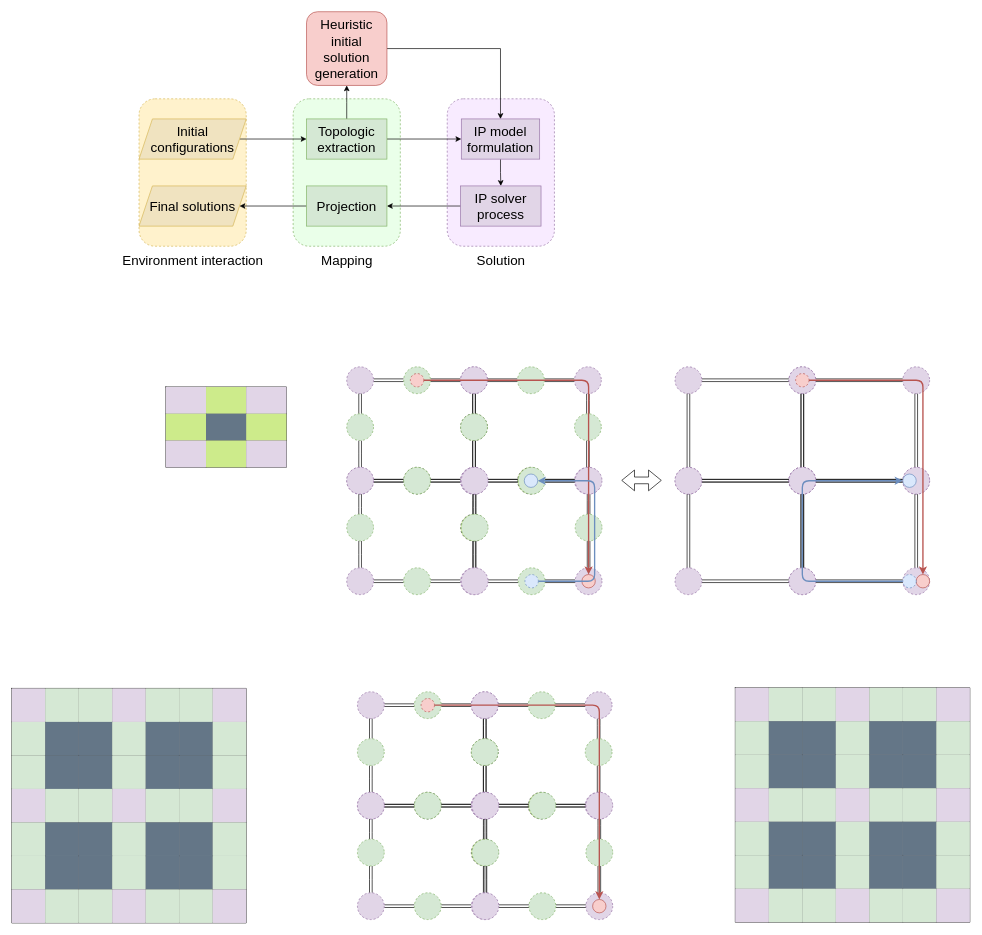
Above: OWIP.drawio in HUOJIAXI/A-high-efficient-and-collision-free-algorithm-for-multi-robot-path-planning-in-narrow-passage-env (draw.io), before the change. Source tidied: cells renumbered, new cells numbered last; positions are measured from the earlier drawing's top-left corner, leaving out a move shared by most shapes. Both pictures are drawn from the tidied source at 67%, with x=0, y=0 at pixel (11, 11).
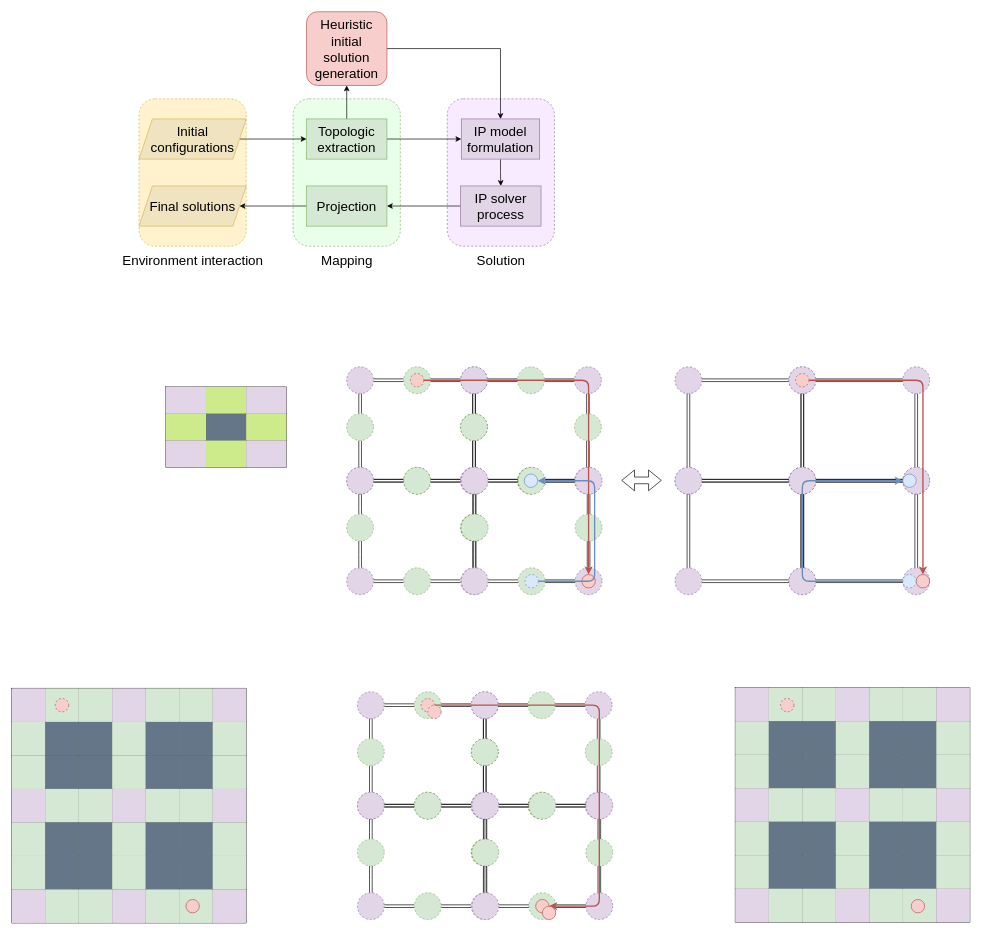
The same page after the edit.

The change refers to these unchanged cells:
```xml
<mxCell id="208" style="ellipse;whiteSpace=wrap;html=1;fillColor=#f8cecc;strokeColor=#b85450;dashed=1;" parent="1" vertex="1">
  <mxGeometry x="611" y="1025" width="20" height="20" as="geometry" />
</mxCell>
```

Diff of the diagram source:
```diff
@@
     <mxCell id="209" style="ellipse;whiteSpace=wrap;html=1;fillColor=#f8cecc;strokeColor=#b85450;" parent="1" vertex="1">
-      <mxGeometry x="867" y="1325" width="20" height="20" as="geometry" />
+      <mxGeometry x="782" y="1325" width="20" height="20" as="geometry" />
     </mxCell>
-    <mxCell id="210" style="endArrow=classic;html=1;exitX=1;exitY=0.5;exitDx=0;exitDy=0;entryX=0.5;entryY=0;entryDx=0;entryDy=0;fillColor=#f8cecc;strokeColor=#b85450;strokeWidth=2;" parent="1" edge="1" source="208" target="209">
+    <mxCell id="210" style="endArrow=classic;html=1;exitX=1;exitY=0.5;exitDx=0;exitDy=0;entryX=1;entryY=0.5;entryDx=0;entryDy=0;fillColor=#f8cecc;strokeColor=#b85450;strokeWidth=2;" parent="1" edge="1" source="208" target="209">
       <mxGeometry relative="1" as="geometry">
         <Array as="points">
           <mxPoint x="877" y="1035" />
+          <mxPoint x="877" y="1335" />
         </Array>
       </mxGeometry>
     </mxCell>
@@
+    <mxCell id="325" style="ellipse;whiteSpace=wrap;html=1;fillColor=#f8cecc;strokeColor=#b85450;dashed=1;" parent="1" vertex="1">
+      <mxGeometry x="65" y="1025" width="20" height="20" as="geometry" />
+    </mxCell>
+    <mxCell id="326" style="ellipse;whiteSpace=wrap;html=1;fillColor=#f8cecc;strokeColor=#b85450;" parent="1" vertex="1">
+      <mxGeometry x="260" y="1325" width="20" height="20" as="geometry" />
+    </mxCell>
+    <mxCell id="327" style="ellipse;whiteSpace=wrap;html=1;fillColor=#f8cecc;strokeColor=#b85450;dashed=1;" parent="1" vertex="1">
+      <mxGeometry x="621" y="1035" width="20" height="20" as="geometry" />
+    </mxCell>
+    <mxCell id="328" style="ellipse;whiteSpace=wrap;html=1;fillColor=#f8cecc;strokeColor=#b85450;" parent="1" vertex="1">
+      <mxGeometry x="792" y="1335" width="20" height="20" as="geometry" />
+    </mxCell>
+    <mxCell id="329" style="ellipse;whiteSpace=wrap;html=1;fillColor=#f8cecc;strokeColor=#b85450;dashed=1;" parent="1" vertex="1">
+      <mxGeometry x="1147.5" y="1025" width="20" height="20" as="geometry" />
+    </mxCell>
+    <mxCell id="330" style="ellipse;whiteSpace=wrap;html=1;fillColor=#f8cecc;strokeColor=#b85450;" parent="1" vertex="1">
+      <mxGeometry x="1342.5" y="1325" width="20" height="20" as="geometry" />
+    </mxCell>
```
